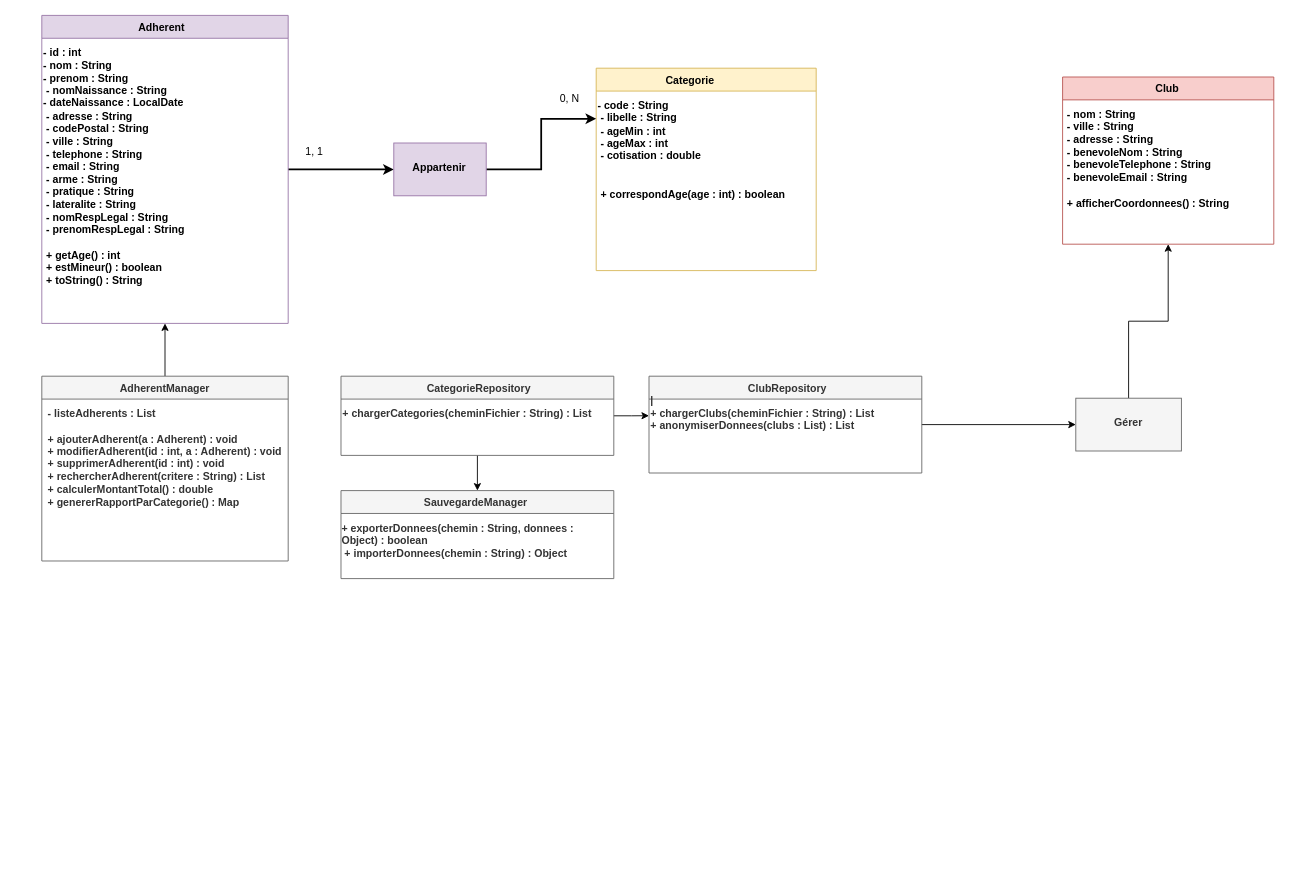
This is document/GEA.drawio from Elias-976/app_bureau_swing, a draw.io file, before an edit. Source tidied: cells renumbered, new cells numbered last; positions are measured from the earlier drawing's top-left corner, leaving out a move shared by most shapes. Both pictures are drawn from the tidied source at 88%, with x=0, y=0 at pixel (41, 15).
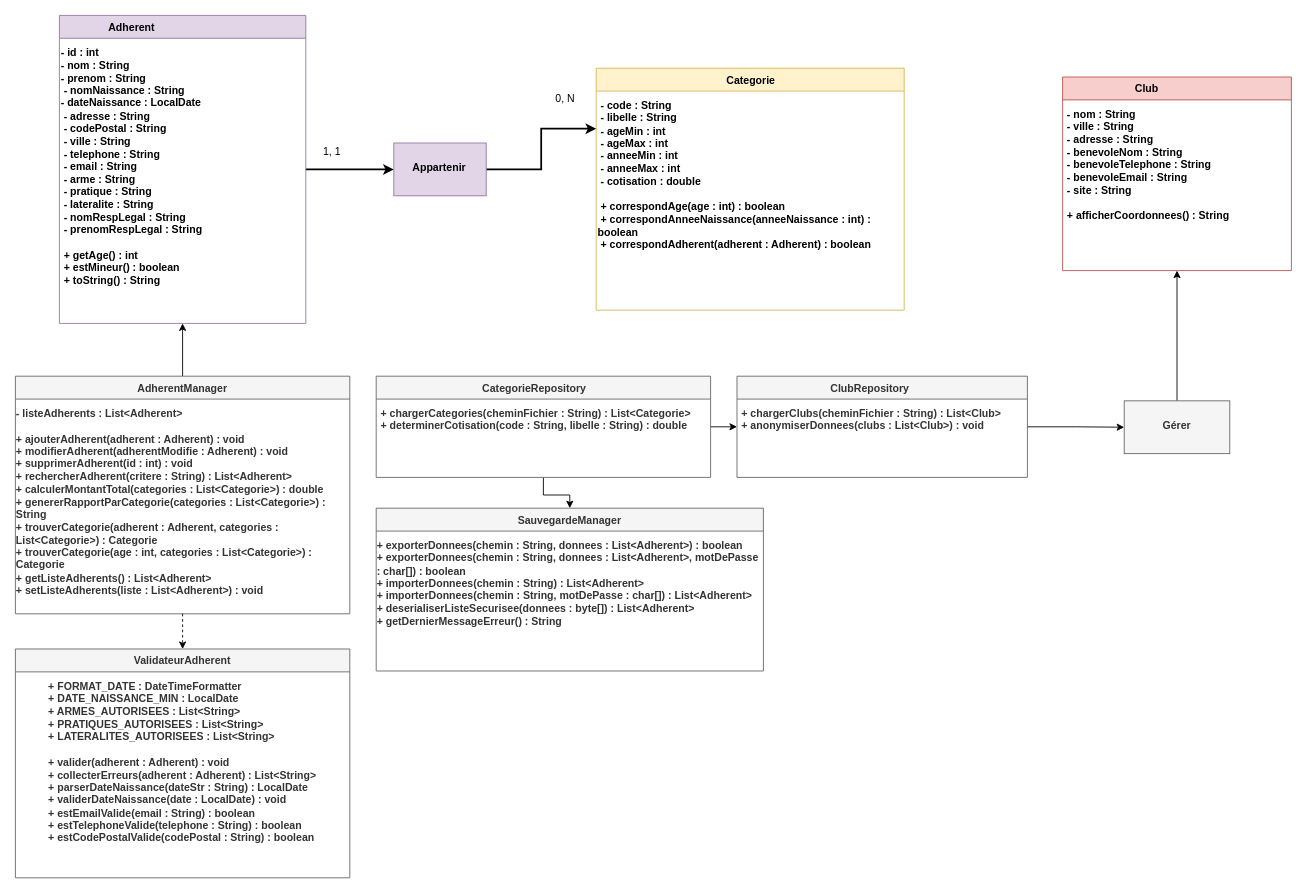
The same page after the edit.

Change to the diagram source:
```diff
@@
-    <mxCell id="2" value="&lt;div style=&quot;text-align: center;&quot;&gt;Categorie&amp;nbsp;&lt;/div&gt;&lt;div&gt;&lt;br&gt;&lt;/div&gt;&lt;div&gt;- code : String&lt;/div&gt;&lt;div&gt;&amp;nbsp;- libelle : String&lt;/div&gt;&lt;div style=&quot;&quot;&gt;&amp;nbsp;- ageMin : int&lt;/div&gt;&lt;div&gt;&amp;nbsp;- ageMax : int&lt;/div&gt;&lt;div&gt;&amp;nbsp;- cotisation : double&lt;/div&gt;&lt;div&gt;&lt;br&gt;&lt;/div&gt;&lt;div style=&quot;&quot;&gt;&lt;br&gt;&lt;/div&gt;&lt;div&gt;&amp;nbsp;+ correspondAge(age : int) : boolean&lt;/div&gt;" style="swimlane;fontStyle=1;align=left;verticalAlign=top;horizontal=1;startSize=26;resizeParentWeight=0;whiteSpace=wrap;html=1;fillColor=#fff2cc;strokeColor=#d6b656;" parent="1" vertex="1">
-      <mxGeometry x="630" y="60" width="250" height="230" as="geometry" />
+    <mxCell id="2" value="&lt;div style=&quot;text-align: center;&quot;&gt;Categorie&lt;/div&gt;&lt;div&gt;&lt;br&gt;&lt;/div&gt;&lt;div&gt;&amp;nbsp;- code : String&lt;/div&gt;&lt;div&gt;&amp;nbsp;- libelle : String&lt;/div&gt;&lt;div&gt;&amp;nbsp;- ageMin : int&lt;/div&gt;&lt;div&gt;&amp;nbsp;- ageMax : int&lt;/div&gt;&lt;div&gt;&amp;nbsp;- anneeMin : int&lt;/div&gt;&lt;div&gt;&amp;nbsp;- anneeMax : int&lt;/div&gt;&lt;div&gt;&amp;nbsp;- cotisation : double&lt;/div&gt;&lt;div&gt;&lt;br&gt;&lt;/div&gt;&lt;div&gt;&amp;nbsp;+ correspondAge(age : int) : boolean&lt;/div&gt;&lt;div&gt;&amp;nbsp;+ correspondAnneeNaissance(anneeNaissance : int) : boolean&lt;/div&gt;&lt;div&gt;&amp;nbsp;+ correspondAdherent(adherent : Adherent) : boolean&lt;/div&gt;" style="swimlane;fontStyle=1;align=left;verticalAlign=top;horizontal=1;startSize=26;resizeParentWeight=0;whiteSpace=wrap;html=1;fillColor=#fff2cc;strokeColor=#d6b656;" parent="1" vertex="1">
+      <mxGeometry x="630" y="60" width="350" height="275" as="geometry" />
     </mxCell>
-    <mxCell id="3" value="&lt;div style=&quot;text-align: center;&quot;&gt;&amp;nbsp; &amp;nbsp; &amp;nbsp; &amp;nbsp; &amp;nbsp; &amp;nbsp; &amp;nbsp; &amp;nbsp;Club&amp;nbsp;&lt;/div&gt;&lt;div&gt;&lt;br&gt;&lt;/div&gt;&lt;div&gt;&amp;nbsp;- nom : String&lt;/div&gt;&lt;div&gt;&amp;nbsp;- ville : String&lt;/div&gt;&lt;div&gt;&amp;nbsp;- adresse : String&lt;/div&gt;&lt;div&gt;&amp;nbsp;- benevoleNom : String&lt;/div&gt;&lt;div&gt;&amp;nbsp;- benevoleTelephone : String&lt;/div&gt;&lt;div&gt;&amp;nbsp;- benevoleEmail : String&amp;nbsp;&lt;/div&gt;&lt;div&gt;&lt;br&gt;&lt;/div&gt;&lt;div&gt;&amp;nbsp;+ afficherCoordonnees() : String&lt;/div&gt;" style="swimlane;fontStyle=1;align=left;verticalAlign=top;horizontal=1;startSize=26;resizeParentWeight=0;whiteSpace=wrap;html=1;fillColor=#f8cecc;strokeColor=#b85450;" parent="1" vertex="1">
-      <mxGeometry x="1160" y="70" width="240" height="190" as="geometry" />
+    <mxCell id="3" value="&lt;div style=&quot;text-align: center;&quot;&gt;Club&lt;/div&gt;&lt;div&gt;&lt;br&gt;&lt;/div&gt;&lt;div&gt;&amp;nbsp;- nom : String&lt;/div&gt;&lt;div&gt;&amp;nbsp;- ville : String&lt;/div&gt;&lt;div&gt;&amp;nbsp;- adresse : String&lt;/div&gt;&lt;div&gt;&amp;nbsp;- benevoleNom : String&lt;/div&gt;&lt;div&gt;&amp;nbsp;- benevoleTelephone : String&lt;/div&gt;&lt;div&gt;&amp;nbsp;- benevoleEmail : String&lt;/div&gt;&lt;div&gt;&amp;nbsp;- site : String&lt;/div&gt;&lt;div&gt;&lt;br&gt;&lt;/div&gt;&lt;div&gt;&amp;nbsp;+ afficherCoordonnees() : String&lt;/div&gt;" style="swimlane;fontStyle=1;align=left;verticalAlign=top;horizontal=1;startSize=26;resizeParentWeight=0;whiteSpace=wrap;html=1;fillColor=#f8cecc;strokeColor=#b85450;" parent="1" vertex="1">
+      <mxGeometry x="1160" y="70" width="260" height="220" as="geometry" />
     </mxCell>
@@
-    <mxCell id="5" value="AdherentManager&lt;div&gt;&lt;br&gt;&lt;/div&gt;&lt;div style=&quot;text-align: left;&quot;&gt;- listeAdherents : List&lt;/div&gt;&lt;div&gt;&lt;br&gt;&lt;/div&gt;&lt;div style=&quot;text-align: left;&quot;&gt;+ ajouterAdherent(a : Adherent) : void&lt;/div&gt;&lt;div&gt;+ modifierAdherent(id : int, a : Adherent) : void&lt;/div&gt;&lt;div style=&quot;text-align: left;&quot;&gt;+ supprimerAdherent(id : int) : void&lt;/div&gt;&lt;div style=&quot;text-align: left;&quot;&gt;+ rechercherAdherent(critere : String) : List&lt;/div&gt;&lt;div style=&quot;text-align: left;&quot;&gt;+ calculerMontantTotal() : double&lt;/div&gt;&lt;div style=&quot;text-align: left;&quot;&gt;+ genererRapportParCategorie() : Map&lt;br&gt;&lt;/div&gt;" style="swimlane;fontStyle=1;align=center;verticalAlign=top;horizontal=1;startSize=26;resizeParentWeight=0;whiteSpace=wrap;html=1;fillColor=#f5f5f5;strokeColor=#666666;fontColor=#333333;" parent="1" vertex="1">
-      <mxGeometry y="410" width="280" height="210" as="geometry" />
+    <mxCell id="5" value="AdherentManager&lt;div&gt;&lt;br&gt;&lt;/div&gt;&lt;div style=&quot;text-align: left;&quot;&gt;- listeAdherents : List&amp;lt;Adherent&amp;gt;&lt;/div&gt;&lt;div&gt;&lt;br&gt;&lt;/div&gt;&lt;div style=&quot;text-align: left;&quot;&gt;+ ajouterAdherent(adherent : Adherent) : void&lt;/div&gt;&lt;div style=&quot;text-align: left;&quot;&gt;+ modifierAdherent(adherentModifie : Adherent) : void&lt;/div&gt;&lt;div style=&quot;text-align: left;&quot;&gt;+ supprimerAdherent(id : int) : void&lt;/div&gt;&lt;div style=&quot;text-align: left;&quot;&gt;+ rechercherAdherent(critere : String) : List&amp;lt;Adherent&amp;gt;&lt;/div&gt;&lt;div style=&quot;text-align: left;&quot;&gt;+ calculerMontantTotal(categories : List&amp;lt;Categorie&amp;gt;) : double&lt;/div&gt;&lt;div style=&quot;text-align: left;&quot;&gt;+ genererRapportParCategorie(categories : List&amp;lt;Categorie&amp;gt;) : String&lt;/div&gt;&lt;div style=&quot;text-align: left;&quot;&gt;+ trouverCategorie(adherent : Adherent, categories : List&amp;lt;Categorie&amp;gt;) : Categorie&lt;/div&gt;&lt;div style=&quot;text-align: left;&quot;&gt;+ trouverCategorie(age : int, categories : List&amp;lt;Categorie&amp;gt;) : Categorie&lt;/div&gt;&lt;div style=&quot;text-align: left;&quot;&gt;+ getListeAdherents() : List&amp;lt;Adherent&amp;gt;&lt;/div&gt;&lt;div style=&quot;text-align: left;&quot;&gt;+ setListeAdherents(liste : List&amp;lt;Adherent&amp;gt;) : void&lt;/div&gt;" style="swimlane;fontStyle=1;align=center;verticalAlign=top;horizontal=1;startSize=26;resizeParentWeight=0;whiteSpace=wrap;html=1;fillColor=#f5f5f5;strokeColor=#666666;fontColor=#333333;" parent="1" vertex="1">
+      <mxGeometry x="-30" y="410" width="380" height="270" as="geometry" />
     </mxCell>
-    <mxCell id="6" style="edgeStyle=orthogonalEdgeStyle;rounded=0;jettySize=auto;html=1;exitX=1;exitY=0.5;exitDx=0;exitDy=0;" parent="1" edge="1" source="8">
-      <mxGeometry relative="1" as="geometry">
-        <mxPoint x="690" y="454.9" as="targetPoint" />
-      </mxGeometry>
+    <mxCell id="6" style="edgeStyle=orthogonalEdgeStyle;rounded=0;jettySize=auto;html=1;exitX=1;exitY=0.5;exitDx=0;exitDy=0;entryX=0;entryY=0.5;entryDx=0;entryDy=0;" parent="1" edge="1" source="8" target="10">
+      <mxGeometry relative="1" as="geometry" />
     </mxCell>
@@
-    <mxCell id="8" value="&lt;div style=&quot;text-align: center;&quot;&gt;&amp;nbsp; &amp;nbsp; &amp;nbsp; &amp;nbsp; &amp;nbsp;CategorieRepository&amp;nbsp;&lt;/div&gt;&lt;div&gt;&amp;nbsp;&lt;/div&gt;&lt;div&gt;+ chargerCategories(cheminFichier : String) : List&lt;/div&gt;" style="swimlane;fontStyle=1;align=left;verticalAlign=top;horizontal=1;startSize=26;resizeParentWeight=0;whiteSpace=wrap;html=1;fillColor=#f5f5f5;strokeColor=#666666;fontColor=#333333;" parent="1" vertex="1">
-      <mxGeometry x="340" y="410" width="310" height="90" as="geometry" />
+    <mxCell id="8" value="&lt;div style=&quot;text-align: center;&quot;&gt;CategorieRepository&lt;/div&gt;&lt;div&gt;&amp;nbsp;&lt;/div&gt;&lt;div&gt;&amp;nbsp;+ chargerCategories(cheminFichier : String) : List&amp;lt;Categorie&amp;gt;&lt;/div&gt;&lt;div&gt;&amp;nbsp;+ determinerCotisation(code : String, libelle : String) : double&lt;/div&gt;" style="swimlane;fontStyle=1;align=left;verticalAlign=top;horizontal=1;startSize=26;resizeParentWeight=0;whiteSpace=wrap;html=1;fillColor=#f5f5f5;strokeColor=#666666;fontColor=#333333;" parent="1" vertex="1">
+      <mxGeometry x="380" y="410" width="380" height="115" as="geometry" />
     </mxCell>
@@
-    <mxCell id="10" value="&lt;div style=&quot;text-align: center;&quot;&gt;&amp;nbsp; &amp;nbsp; &amp;nbsp; &amp;nbsp; &amp;nbsp; &amp;nbsp; &amp;nbsp; &amp;nbsp; &amp;nbsp;ClubRepository&lt;/div&gt;|&lt;br&gt;+ chargerClubs(cheminFichier : String) : List&lt;br&gt;+ anonymiserDonnees(clubs : List) : List" style="swimlane;fontStyle=1;align=left;verticalAlign=top;horizontal=1;startSize=26;resizeParentWeight=0;whiteSpace=wrap;html=1;fillColor=#f5f5f5;strokeColor=#666666;fontColor=#333333;" parent="1" vertex="1">
-      <mxGeometry x="690" y="410" width="310" height="110" as="geometry" />
+    <mxCell id="10" value="&lt;div style=&quot;text-align: center;&quot;&gt;ClubRepository&lt;/div&gt;&lt;div&gt;&amp;nbsp;&lt;/div&gt;&lt;div&gt;&amp;nbsp;+ chargerClubs(cheminFichier : String) : List&amp;lt;Club&amp;gt;&lt;/div&gt;&lt;div&gt;&amp;nbsp;+ anonymiserDonnees(clubs : List&amp;lt;Club&amp;gt;) : void&lt;/div&gt;" style="swimlane;fontStyle=1;align=left;verticalAlign=top;horizontal=1;startSize=26;resizeParentWeight=0;whiteSpace=wrap;html=1;fillColor=#f5f5f5;strokeColor=#666666;fontColor=#333333;" parent="1" vertex="1">
+      <mxGeometry x="790" y="410" width="330" height="115" as="geometry" />
     </mxCell>
-    <mxCell id="11" value="SauvegardeManager&amp;nbsp;&lt;div&gt;&amp;nbsp;&lt;/div&gt;&lt;div style=&quot;text-align: left;&quot;&gt;+ exporterDonnees(chemin : String, donnees : Object) : boolean&lt;/div&gt;&lt;div style=&quot;text-align: left;&quot;&gt;&amp;nbsp;+ importerDonnees(chemin : String) : Object&lt;/div&gt;" style="swimlane;fontStyle=1;align=center;verticalAlign=top;horizontal=1;startSize=26;resizeParentWeight=0;whiteSpace=wrap;html=1;fillColor=#f5f5f5;strokeColor=#666666;fontColor=#333333;" parent="1" vertex="1">
-      <mxGeometry x="340" y="540" width="310" height="100" as="geometry" />
+    <mxCell id="11" value="SauvegardeManager&lt;div&gt;&amp;nbsp;&lt;/div&gt;&lt;div style=&quot;text-align: left;&quot;&gt;+ exporterDonnees(chemin : String, donnees : List&amp;lt;Adherent&amp;gt;) : boolean&lt;/div&gt;&lt;div style=&quot;text-align: left;&quot;&gt;+ exporterDonnees(chemin : String, donnees : List&amp;lt;Adherent&amp;gt;, motDePasse : char[]) : boolean&lt;/div&gt;&lt;div style=&quot;text-align: left;&quot;&gt;+ importerDonnees(chemin : String) : List&amp;lt;Adherent&amp;gt;&lt;/div&gt;&lt;div style=&quot;text-align: left;&quot;&gt;+ importerDonnees(chemin : String, motDePasse : char[]) : List&amp;lt;Adherent&amp;gt;&lt;/div&gt;&lt;div style=&quot;text-align: left;&quot;&gt;+ deserialiserListeSecurisee(donnees : byte[]) : List&amp;lt;Adherent&amp;gt;&lt;/div&gt;&lt;div style=&quot;text-align: left;&quot;&gt;+ getDernierMessageErreur() : String&lt;/div&gt;" style="swimlane;fontStyle=1;align=center;verticalAlign=top;horizontal=1;startSize=26;resizeParentWeight=0;whiteSpace=wrap;html=1;fillColor=#f5f5f5;strokeColor=#666666;fontColor=#333333;" parent="1" vertex="1">
+      <mxGeometry x="380" y="560" width="440" height="185" as="geometry" />
     </mxCell>
+    <mxCell id="20" style="edgeStyle=orthogonalEdgeStyle;rounded=0;jettySize=auto;html=1;dashed=1;exitX=0.5;exitY=1;exitDx=0;exitDy=0;entryX=0.5;entryY=0;entryDx=0;entryDy=0;" parent="1" edge="1" source="5" target="21">
+      <mxGeometry relative="1" as="geometry" />
+    </mxCell>
+    <mxCell id="21" value="ValidateurAdherent&lt;div&gt;&lt;br&gt;&lt;/div&gt;&lt;div style=&quot;text-align: left;&quot;&gt;+ FORMAT_DATE : DateTimeFormatter&lt;/div&gt;&lt;div style=&quot;text-align: left;&quot;&gt;+ DATE_NAISSANCE_MIN : LocalDate&lt;/div&gt;&lt;div style=&quot;text-align: left;&quot;&gt;+ ARMES_AUTORISEES : List&amp;lt;String&amp;gt;&lt;/div&gt;&lt;div style=&quot;text-align: left;&quot;&gt;+ PRATIQUES_AUTORISEES : List&amp;lt;String&amp;gt;&lt;/div&gt;&lt;div style=&quot;text-align: left;&quot;&gt;+ LATERALITES_AUTORISEES : List&amp;lt;String&amp;gt;&lt;/div&gt;&lt;div&gt;&lt;br&gt;&lt;/div&gt;&lt;div style=&quot;text-align: left;&quot;&gt;+ valider(adherent : Adherent) : void&lt;/div&gt;&lt;div style=&quot;text-align: left;&quot;&gt;+ collecterErreurs(adherent : Adherent) : List&amp;lt;String&amp;gt;&lt;/div&gt;&lt;div style=&quot;text-align: left;&quot;&gt;+ parserDateNaissance(dateStr : String) : LocalDate&lt;/div&gt;&lt;div style=&quot;text-align: left;&quot;&gt;+ validerDateNaissance(date : LocalDate) : void&lt;/div&gt;&lt;div style=&quot;text-align: left;&quot;&gt;+ estEmailValide(email : String) : boolean&lt;/div&gt;&lt;div style=&quot;text-align: left;&quot;&gt;+ estTelephoneValide(telephone : String) : boolean&lt;/div&gt;&lt;div style=&quot;text-align: left;&quot;&gt;+ estCodePostalValide(codePostal : String) : boolean&lt;/div&gt;" style="swimlane;fontStyle=1;align=center;verticalAlign=top;horizontal=1;startSize=26;resizeParentWeight=0;whiteSpace=wrap;html=1;fillColor=#f5f5f5;strokeColor=#666666;fontColor=#333333;" parent="1" vertex="1">
+      <mxGeometry x="-30" y="720" width="380" height="260" as="geometry" />
+    </mxCell>
@@
-    <mxCell id="13" value="&lt;div style=&quot;text-align: right;&quot;&gt;Adherent&lt;/div&gt;&lt;div&gt;&lt;br&gt;&lt;/div&gt;&lt;div&gt;- id : int&amp;nbsp;&lt;/div&gt;&lt;div&gt;- nom : String&amp;nbsp;&lt;/div&gt;&lt;div&gt;- prenom : String&lt;/div&gt;&lt;div&gt;&amp;nbsp;- nomNaissance : String&amp;nbsp;&lt;/div&gt;&lt;div&gt;- dateNaissance : LocalDate&lt;/div&gt;&lt;div&gt;&amp;nbsp;- adresse : String&lt;/div&gt;&lt;div&gt;&amp;nbsp;- codePostal : String&lt;/div&gt;&lt;div&gt;&amp;nbsp;- ville : String&lt;/div&gt;&lt;div&gt;&amp;nbsp;- telephone : String&lt;/div&gt;&lt;div&gt;&amp;nbsp;- email : String&lt;/div&gt;&lt;div&gt;&amp;nbsp;- arme : String&lt;/div&gt;&lt;div&gt;&amp;nbsp;- pratique : String&lt;/div&gt;&lt;div&gt;&amp;nbsp;- lateralite : String&lt;/div&gt;&lt;div&gt;&amp;nbsp;- nomRespLegal : String&lt;/div&gt;&lt;div&gt;&amp;nbsp;- prenomRespLegal : String&lt;/div&gt;&lt;div&gt;&amp;nbsp;&lt;/div&gt;&lt;div&gt;&amp;nbsp;+ getAge() : int&lt;/div&gt;&lt;div&gt;&amp;nbsp;+ estMineur() : boolean&lt;/div&gt;&lt;div&gt;&amp;nbsp;+ toString() : String&lt;/div&gt;" style="swimlane;fontStyle=1;align=left;verticalAlign=top;horizontal=1;startSize=26;resizeParentWeight=0;whiteSpace=wrap;html=1;flipH=0;legacyAnchorPoints=0;flipV=0;fontFamily=Helvetica;fillColor=#e1d5e7;strokeColor=#9673a6;" parent="1" vertex="1">
-      <mxGeometry width="280" height="350" as="geometry" />
+    <mxCell id="13" value="&lt;div style=&quot;text-align: center;&quot;&gt;Adherent&lt;/div&gt;&lt;div&gt;&lt;br&gt;&lt;/div&gt;&lt;div&gt;- id : int&amp;nbsp;&lt;/div&gt;&lt;div&gt;- nom : String&amp;nbsp;&lt;/div&gt;&lt;div&gt;- prenom : String&lt;/div&gt;&lt;div&gt;&amp;nbsp;- nomNaissance : String&amp;nbsp;&lt;/div&gt;&lt;div&gt;- dateNaissance : LocalDate&lt;/div&gt;&lt;div&gt;&amp;nbsp;- adresse : String&lt;/div&gt;&lt;div&gt;&amp;nbsp;- codePostal : String&lt;/div&gt;&lt;div&gt;&amp;nbsp;- ville : String&lt;/div&gt;&lt;div&gt;&amp;nbsp;- telephone : String&lt;/div&gt;&lt;div&gt;&amp;nbsp;- email : String&lt;/div&gt;&lt;div&gt;&amp;nbsp;- arme : String&lt;/div&gt;&lt;div&gt;&amp;nbsp;- pratique : String&lt;/div&gt;&lt;div&gt;&amp;nbsp;- lateralite : String&lt;/div&gt;&lt;div&gt;&amp;nbsp;- nomRespLegal : String&lt;/div&gt;&lt;div&gt;&amp;nbsp;- prenomRespLegal : String&lt;/div&gt;&lt;div&gt;&amp;nbsp;&lt;/div&gt;&lt;div&gt;&amp;nbsp;+ getAge() : int&lt;/div&gt;&lt;div&gt;&amp;nbsp;+ estMineur() : boolean&lt;/div&gt;&lt;div&gt;&amp;nbsp;+ toString() : String&lt;/div&gt;" style="swimlane;fontStyle=1;align=left;verticalAlign=top;horizontal=1;startSize=26;resizeParentWeight=0;whiteSpace=wrap;html=1;flipH=0;legacyAnchorPoints=0;flipV=0;fontFamily=Helvetica;fillColor=#e1d5e7;strokeColor=#9673a6;" parent="1" vertex="1">
+      <mxGeometry x="20" width="280" height="350" as="geometry" />
     </mxCell>
@@
     <mxCell id="16" value="1, 1" style="text;html=1;whiteSpace=wrap;strokeColor=none;fillColor=none;align=center;verticalAlign=middle;rounded=0;" parent="1" vertex="1">
-      <mxGeometry x="280" y="140" width="60" height="30" as="geometry" />
+      <mxGeometry x="300" y="140" width="60" height="30" as="geometry" />
     </mxCell>
     <mxCell id="17" value="0, N" style="text;html=1;whiteSpace=wrap;strokeColor=none;fillColor=none;align=center;verticalAlign=middle;rounded=0;" parent="1" vertex="1">
-      <mxGeometry x="570" y="80" width="60" height="30" as="geometry" />
+      <mxGeometry x="565" y="80" width="60" height="30" as="geometry" />
     </mxCell>
@@
     <mxCell id="19" value="&lt;div&gt;&lt;br&gt;&lt;/div&gt;&lt;div style=&quot;&quot;&gt;Gérer&lt;/div&gt;" style="whiteSpace=wrap;html=1;align=center;verticalAlign=top;fillColor=#f5f5f5;strokeColor=#666666;fontColor=#333333;fontStyle=1;startSize=26;horizontal=1;" parent="1" vertex="1">
-      <mxGeometry x="1175" y="435" width="120" height="60" as="geometry" />
+      <mxGeometry x="1230" y="438" width="120" height="60" as="geometry" />
     </mxCell>
```
